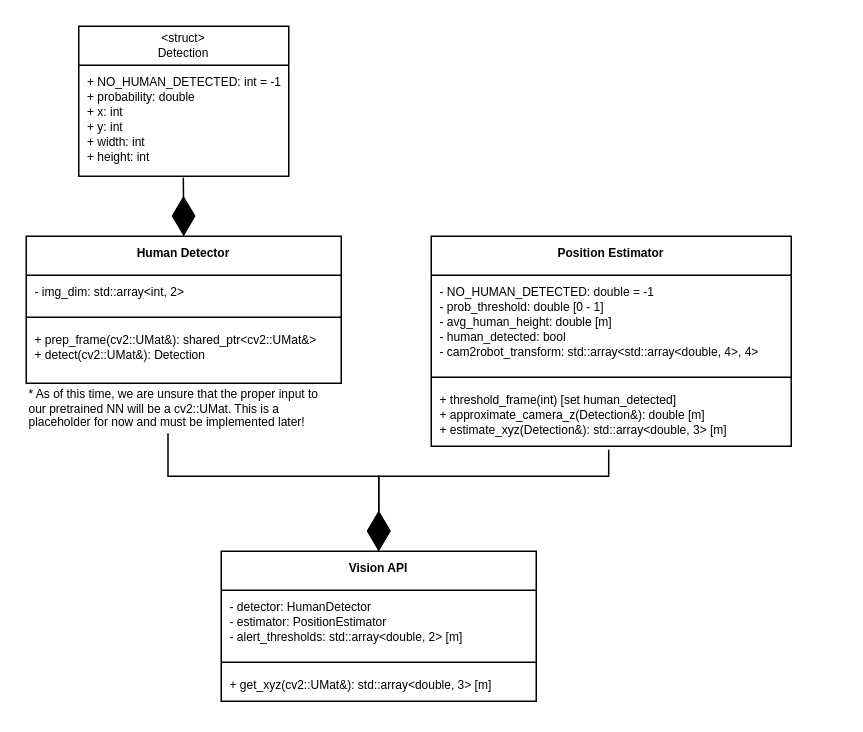
Above: page "UML" (2 of 2) of visual_reps/activity_and_UML.drawio in dlerner97/ACME_perception_proposal (draw.io), before the change. Source tidied: cells renumbered, new cells numbered last; positions are measured from the earlier drawing's top-left corner, leaving out a move shared by most shapes. Both pictures are drawn from the tidied source at 150%, with x=0, y=0 at pixel (26, 26).
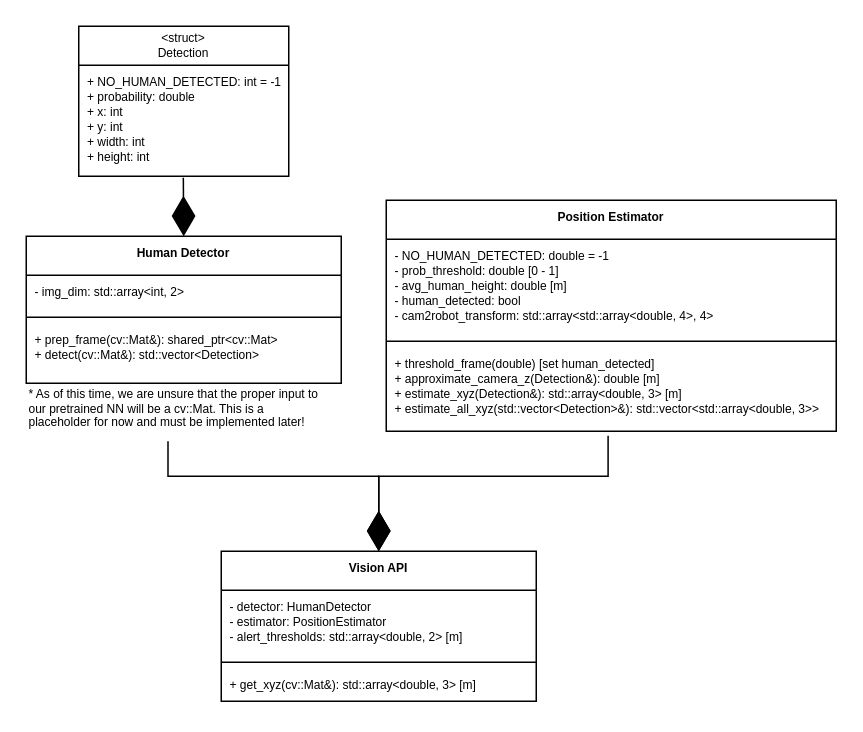
Above is the later version.

Commit message (it also covers changes not shown here):
Edited UML to reflect proper cv::UMat, fix mistaken threshold_frame() method, and add multi-detected human architecture

The change refers to these unchanged cells:
```xml
<mxCell id="7" value="Human Detector" style="swimlane;fontStyle=1;align=center;verticalAlign=top;horizontal=1;startSize=26;fontSize=8;" parent="6" vertex="1">
  <mxGeometry width="210" height="98" as="geometry" />
</mxCell>
<mxCell id="14" value="Vision API" style="swimlane;fontStyle=1;align=center;verticalAlign=top;horizontal=1;startSize=26;fontSize=8;" parent="1" vertex="1">
  <mxGeometry x="130" y="350" width="210" height="100" as="geometry" />
</mxCell>
```

Diff of the diagram source:
```diff
@@
     <mxCell id="2" value="Position Estimator" style="swimlane;fontStyle=1;align=center;verticalAlign=top;horizontal=1;startSize=26;fontSize=8;" parent="1" vertex="1">
-      <mxGeometry x="270" y="140" width="240" height="140" as="geometry" />
+      <mxGeometry x="240" y="116" width="300" height="154" as="geometry" />
     </mxCell>
     <mxCell id="3" value="- NO_HUMAN_DETECTED: double = -1&#10;- prob_threshold: double [0 - 1] &#10;- avg_human_height: double [m]&#10;- human_detected: bool&#10;- cam2robot_transform: std::array&lt;std::array&lt;double, 4&gt;, 4&gt;" style="text;strokeColor=none;fillColor=none;align=left;verticalAlign=top;spacingLeft=4;spacingRight=4;overflow=hidden;fontSize=8;" parent="2" vertex="1">
-      <mxGeometry y="26" width="240" height="64" as="geometry" />
+      <mxGeometry y="26" width="300" height="64" as="geometry" />
     </mxCell>
     <mxCell id="4" style="line;strokeWidth=1;fillColor=none;align=left;verticalAlign=middle;spacingTop=-1;spacingLeft=3;spacingRight=3;labelPosition=right;fontSize=8;" parent="2" vertex="1">
-      <mxGeometry y="90" width="240" height="8" as="geometry" />
+      <mxGeometry y="90" width="300" height="8" as="geometry" />
     </mxCell>
-    <mxCell id="5" value="+ threshold_frame(int) [set human_detected] &#10;+ approximate_camera_z(Detection&amp;): double [m]&#10;+ estimate_xyz(Detection&amp;): std::array&lt;double, 3&gt; [m]" style="text;strokeColor=none;fillColor=none;align=left;verticalAlign=top;spacingLeft=4;spacingRight=4;overflow=hidden;points=[[0,0.5],[1,0.5]];portConstraint=eastwest;fontSize=8;" parent="2" vertex="1">
-      <mxGeometry y="98" width="240" height="42" as="geometry" />
+    <mxCell id="5" value="+ threshold_frame(double) [set human_detected] &#10;+ approximate_camera_z(Detection&amp;): double [m]&#10;+ estimate_xyz(Detection&amp;): std::array&lt;double, 3&gt; [m]&#10;+ estimate_all_xyz(std::vector&lt;Detection&gt;&amp;): std::vector&lt;std::array&lt;double, 3&gt;&gt;&#10;" style="text;strokeColor=none;fillColor=none;align=left;verticalAlign=top;spacingLeft=4;spacingRight=4;overflow=hidden;points=[[0,0.5],[1,0.5]];portConstraint=eastwest;fontSize=8;" parent="2" vertex="1">
+      <mxGeometry y="98" width="300" height="56" as="geometry" />
     </mxCell>
@@
-    <mxCell id="10" value="+ prep_frame(cv2::UMat&amp;): shared_ptr&lt;cv2::UMat&amp;&gt;&#10;+ detect(cv2::UMat&amp;): Detection" style="text;strokeColor=none;fillColor=none;align=left;verticalAlign=top;spacingLeft=4;spacingRight=4;overflow=hidden;fontSize=8;" parent="7" vertex="1">
+    <mxCell id="10" value="+ prep_frame(cv::Mat&amp;): shared_ptr&lt;cv::Mat&gt;&#10;+ detect(cv::Mat&amp;): std::vector&lt;Detection&gt;" style="text;strokeColor=none;fillColor=none;align=left;verticalAlign=top;spacingLeft=4;spacingRight=4;overflow=hidden;fontSize=8;" parent="7" vertex="1">
       <mxGeometry y="58" width="210" height="40" as="geometry" />
     </mxCell>
-    <mxCell id="11" value="* As of this time, we are unsure that the proper input to&lt;br&gt;our pretrained NN will be a cv2::UMat. This is a&lt;br&gt;placeholder&amp;nbsp;for now and must be implemented later!&amp;nbsp;" style="text;html=1;align=left;verticalAlign=middle;points=[];strokeColor=none;fillColor=none;fontSize=8;" parent="1" vertex="1">
-      <mxGeometry y="240" width="210" height="30" as="geometry" />
+    <mxCell id="11" value="* As of this time, we are unsure that the proper input to&lt;br&gt;our pretrained NN will be a cv::Mat. This is a&lt;br&gt;placeholder&amp;nbsp;for now and must be implemented later!&amp;nbsp;" style="text;html=1;align=left;verticalAlign=middle;points=[];strokeColor=none;fillColor=none;fontSize=8;" parent="1" vertex="1">
+      <mxGeometry y="235" width="210" height="40" as="geometry" />
     </mxCell>
@@
-    <mxCell id="17" value="+ get_xyz(cv2::UMat&amp;): std::array&lt;double, 3&gt; [m]&#10;" style="text;strokeColor=none;fillColor=none;align=left;verticalAlign=top;spacingLeft=4;spacingRight=4;overflow=hidden;fontSize=8;" parent="14" vertex="1">
+    <mxCell id="17" value="+ get_xyz(cv::Mat&amp;): std::array&lt;double, 3&gt; [m]&#10;" style="text;strokeColor=none;fillColor=none;align=left;verticalAlign=top;spacingLeft=4;spacingRight=4;overflow=hidden;fontSize=8;" parent="14" vertex="1">
       <mxGeometry y="78" width="210" height="22" as="geometry" />
     </mxCell>
```
